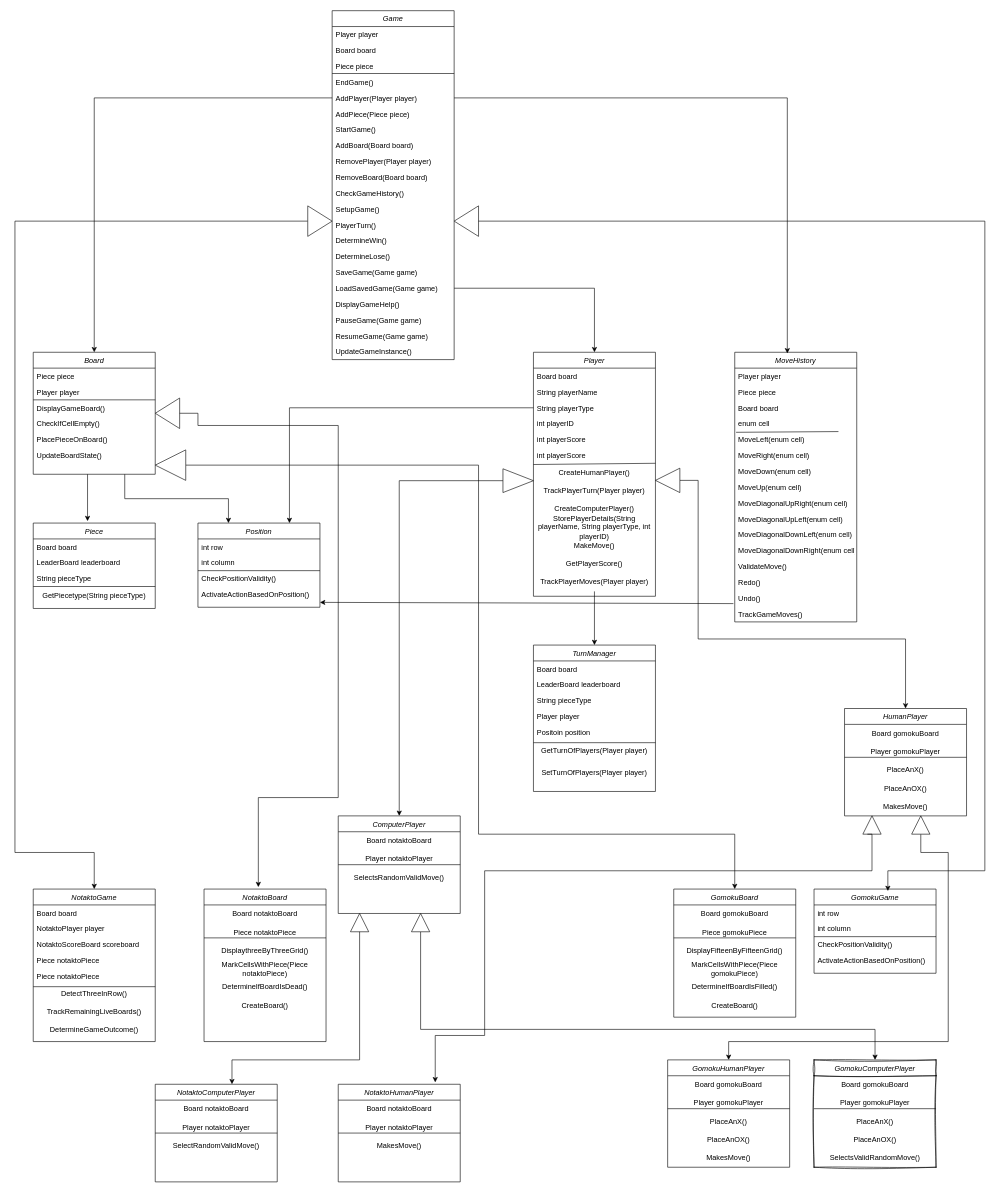
The draw.io diagram Class Diagram.drawio in Scott2020747/IFN563_Project, before the edit. Source tidied: cells renumbered, new cells numbered last; positions are measured from the earlier drawing's top-left corner, leaving out a move shared by most shapes. Both pictures are drawn from the tidied source at 61%, with x=0, y=0 at pixel (15, 10).
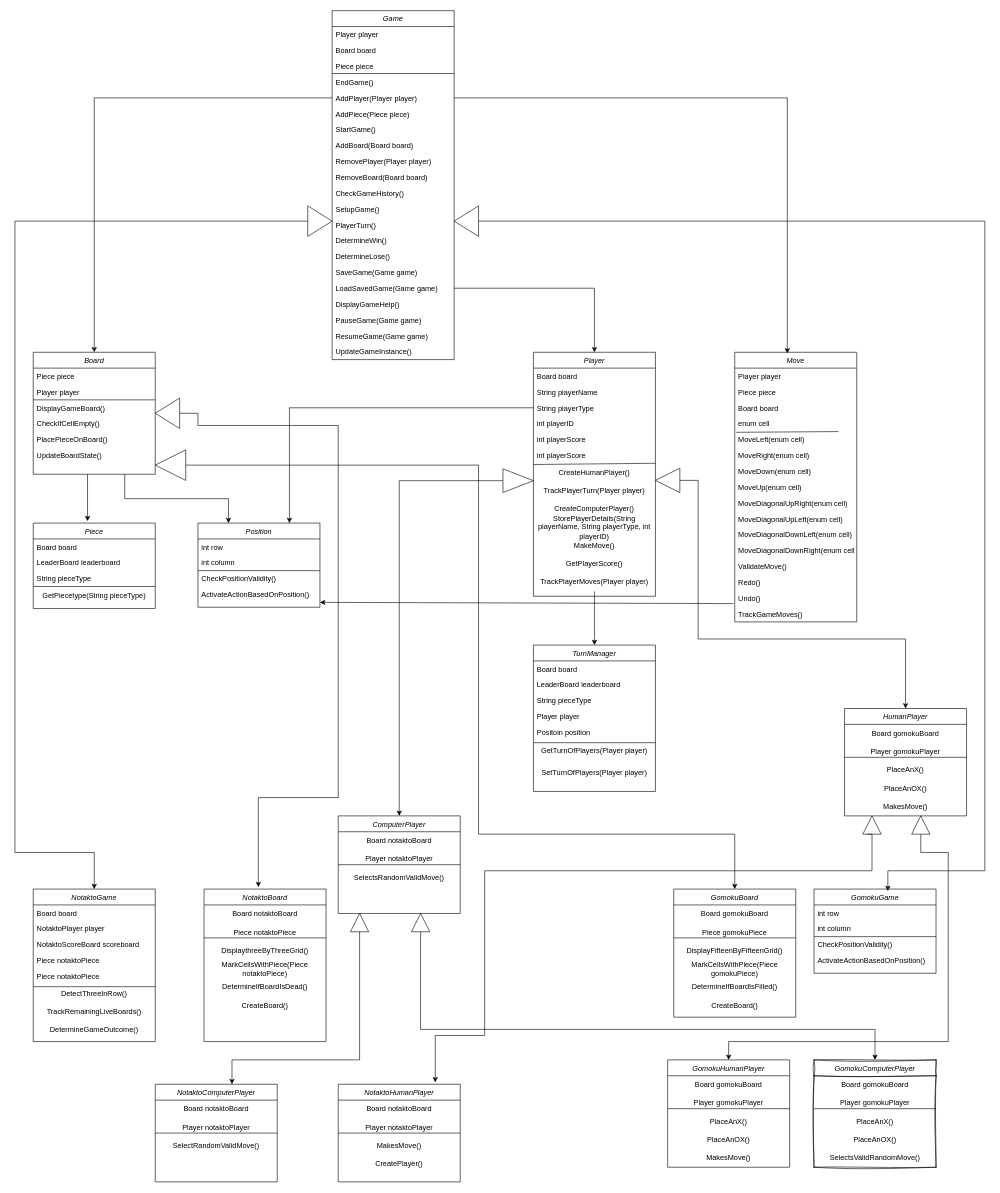
The same diagram, later.

The change refers to these unchanged cells:
```xml
<mxCell id="145" value="NotaktoHumanPlayer" style="swimlane;fontStyle=2;align=center;verticalAlign=top;horizontal=1;startSize=26;rounded=0;shadow=0;strokeWidth=1;" parent="1" vertex="1">
  <mxGeometry x="530" y="1760" width="200" height="160" as="geometry" />
</mxCell>
```

Diff of the diagram source:
```diff
@@
-    <mxCell id="55" value="MoveHistory" style="swimlane;fontStyle=2;align=center;verticalAlign=top;horizontal=1;startSize=26;rounded=0;shadow=0;strokeWidth=1;" parent="1" vertex="1">
+    <mxCell id="55" value="Move" style="swimlane;fontStyle=2;align=center;verticalAlign=top;horizontal=1;startSize=26;rounded=0;shadow=0;strokeWidth=1;" parent="1" vertex="1">
       <mxGeometry x="1180" y="560" width="200" height="442" as="geometry" />
     </mxCell>
@@
+    <mxCell id="183" value="CreatePlayer()" style="text;html=1;align=center;verticalAlign=middle;whiteSpace=wrap;rounded=0;" parent="145" vertex="1">
+      <mxGeometry y="116" width="200" height="30" as="geometry" />
+    </mxCell>
```
